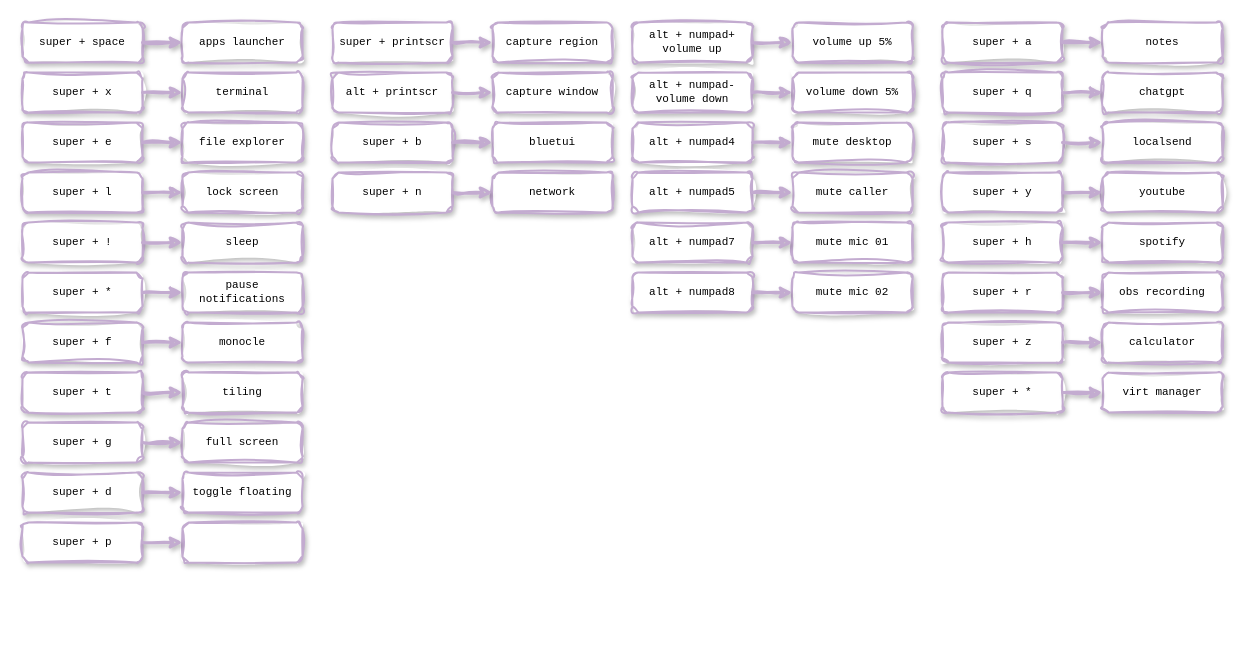
Earlier version of the draw.io diagram shortcutmap/keymap.drawio (alainpham/dwm-flexipatch). Source tidied: cells renumbered, new cells numbered last; positions are measured from the earlier drawing's top-left corner, leaving out a move shared by most shapes. Both pictures are drawn from the tidied source at 100%, with x=0, y=0 at pixel (22, 22).
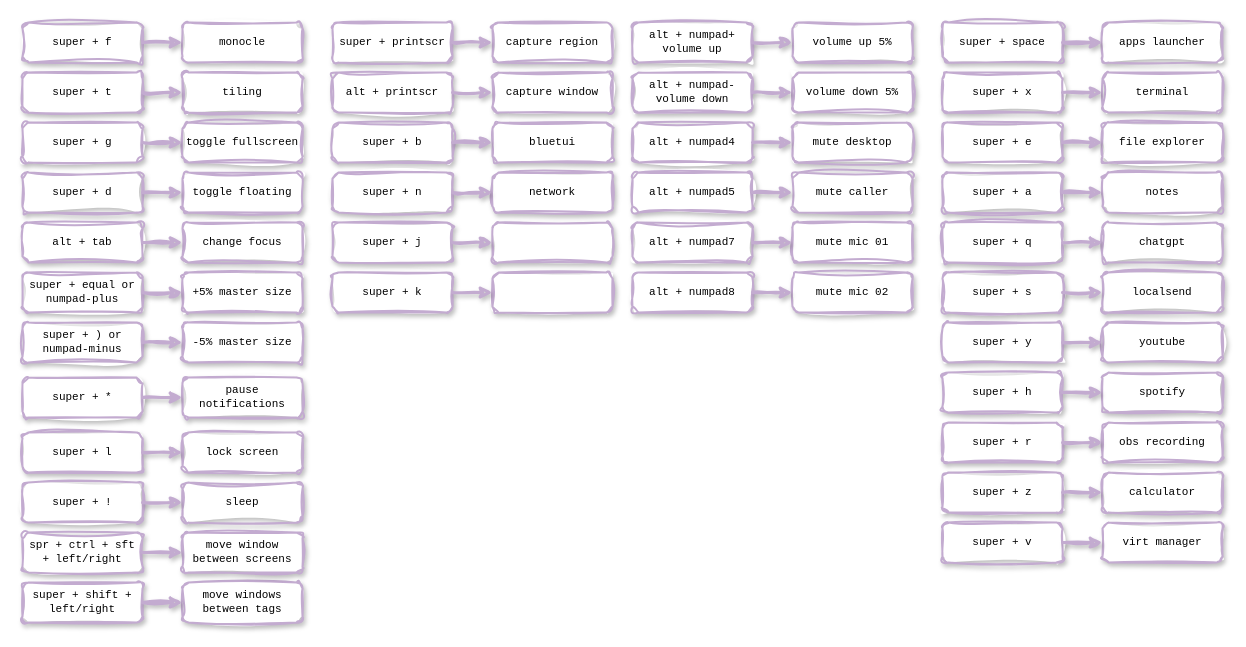
After the change.

Commit message (it also covers changes not shown here):
keymap and patches

Diff of the diagram source:
```diff
@@
     <mxCell id="2" value="super + space" style="rounded=1;whiteSpace=wrap;html=1;sketch=1;curveFitting=1;jiggle=2;glass=0;shadow=1;strokeColor=#C3ABD0;strokeWidth=2;align=center;verticalAlign=middle;fontFamily=Courier New;fontSize=11;fontColor=default;fillColor=default;" parent="1" vertex="1">
-      <mxGeometry width="120" height="40" as="geometry" />
+      <mxGeometry x="920" width="120" height="40" as="geometry" />
     </mxCell>
     <mxCell id="3" value="super + x" style="rounded=1;whiteSpace=wrap;html=1;sketch=1;curveFitting=1;jiggle=2;glass=0;shadow=1;strokeColor=#C3ABD0;strokeWidth=2;align=center;verticalAlign=middle;fontFamily=Courier New;fontSize=11;fontColor=default;fillColor=default;" parent="1" vertex="1">
-      <mxGeometry y="50" width="120" height="40" as="geometry" />
+      <mxGeometry x="920" y="50" width="120" height="40" as="geometry" />
     </mxCell>
     <mxCell id="4" value="super + e" style="rounded=1;whiteSpace=wrap;html=1;sketch=1;curveFitting=1;jiggle=2;glass=0;shadow=1;strokeColor=#C3ABD0;strokeWidth=2;align=center;verticalAlign=middle;fontFamily=Courier New;fontSize=11;fontColor=default;fillColor=default;" parent="1" vertex="1">
-      <mxGeometry y="100" width="120" height="40" as="geometry" />
+      <mxGeometry x="920" y="100" width="120" height="40" as="geometry" />
     </mxCell>
@@
     <mxCell id="7" value="apps launcher" style="whiteSpace=wrap;html=1;strokeColor=#C3ABD0;rounded=1;sketch=1;curveFitting=1;jiggle=2;glass=0;shadow=1;strokeWidth=2;fontFamily=Courier New;fontSize=11;" parent="1" vertex="1">
-      <mxGeometry x="160" width="120" height="40" as="geometry" />
+      <mxGeometry x="1080" width="120" height="40" as="geometry" />
     </mxCell>
     <mxCell id="8" value="terminal" style="whiteSpace=wrap;html=1;strokeColor=#C3ABD0;rounded=1;sketch=1;curveFitting=1;jiggle=2;glass=0;shadow=1;strokeWidth=2;fontFamily=Courier New;fontSize=11;" parent="1" vertex="1">
-      <mxGeometry x="160" y="50" width="120" height="40" as="geometry" />
+      <mxGeometry x="1080" y="50" width="120" height="40" as="geometry" />
     </mxCell>
     <mxCell id="9" value="file explorer" style="whiteSpace=wrap;html=1;strokeColor=#C3ABD0;rounded=1;sketch=1;curveFitting=1;jiggle=2;glass=0;shadow=1;strokeWidth=2;fontFamily=Courier New;fontSize=11;" parent="1" vertex="1">
-      <mxGeometry x="160" y="100" width="120" height="40" as="geometry" />
+      <mxGeometry x="1080" y="100" width="120" height="40" as="geometry" />
     </mxCell>
@@
     <mxCell id="17" value="super + r" style="rounded=1;whiteSpace=wrap;html=1;sketch=1;curveFitting=1;jiggle=2;glass=0;shadow=1;strokeColor=#C3ABD0;strokeWidth=2;align=center;verticalAlign=middle;fontFamily=Courier New;fontSize=11;fontColor=default;fillColor=default;" parent="1" vertex="1">
-      <mxGeometry x="920" y="250" width="120" height="40" as="geometry" />
+      <mxGeometry x="920" y="400" width="120" height="40" as="geometry" />
     </mxCell>
     <mxCell id="18" value="super + l" style="rounded=1;whiteSpace=wrap;html=1;sketch=1;curveFitting=1;jiggle=2;glass=0;shadow=1;strokeColor=#C3ABD0;strokeWidth=2;align=center;verticalAlign=middle;fontFamily=Courier New;fontSize=11;fontColor=default;fillColor=default;" parent="1" vertex="1">
-      <mxGeometry y="150" width="120" height="40" as="geometry" />
+      <mxGeometry y="410" width="120" height="40" as="geometry" />
     </mxCell>
     <mxCell id="19" value="obs recording" style="whiteSpace=wrap;html=1;strokeColor=#C3ABD0;rounded=1;sketch=1;curveFitting=1;jiggle=2;glass=0;shadow=1;strokeWidth=2;fontFamily=Courier New;fontSize=11;" parent="1" vertex="1">
-      <mxGeometry x="1080" y="250" width="120" height="40" as="geometry" />
+      <mxGeometry x="1080" y="400" width="120" height="40" as="geometry" />
     </mxCell>
     <mxCell id="20" value="lock screen" style="whiteSpace=wrap;html=1;strokeColor=#C3ABD0;rounded=1;sketch=1;curveFitting=1;jiggle=2;glass=0;shadow=1;strokeWidth=2;fontFamily=Courier New;fontSize=11;" parent="1" vertex="1">
-      <mxGeometry x="160" y="150" width="120" height="40" as="geometry" />
+      <mxGeometry x="160" y="410" width="120" height="40" as="geometry" />
     </mxCell>
@@
     <mxCell id="41" value="super + *" style="rounded=1;whiteSpace=wrap;html=1;sketch=1;curveFitting=1;jiggle=2;glass=0;shadow=1;strokeColor=#C3ABD0;strokeWidth=2;align=center;verticalAlign=middle;fontFamily=Courier New;fontSize=11;fontColor=default;fillColor=default;" parent="1" vertex="1">
-      <mxGeometry y="250" width="120" height="40" as="geometry" />
+      <mxGeometry y="355" width="120" height="40" as="geometry" />
     </mxCell>
     <mxCell id="42" value="super + a" style="rounded=1;whiteSpace=wrap;html=1;sketch=1;curveFitting=1;jiggle=2;glass=0;shadow=1;strokeColor=#C3ABD0;strokeWidth=2;align=center;verticalAlign=middle;fontFamily=Courier New;fontSize=11;fontColor=default;fillColor=default;" parent="1" vertex="1">
-      <mxGeometry x="920" width="120" height="40" as="geometry" />
+      <mxGeometry x="920" y="150" width="120" height="40" as="geometry" />
     </mxCell>
     <mxCell id="43" value="super + q" style="rounded=1;whiteSpace=wrap;html=1;sketch=1;curveFitting=1;jiggle=2;glass=0;shadow=1;strokeColor=#C3ABD0;strokeWidth=2;align=center;verticalAlign=middle;fontFamily=Courier New;fontSize=11;fontColor=default;fillColor=default;" parent="1" vertex="1">
-      <mxGeometry x="920" y="50" width="120" height="40" as="geometry" />
+      <mxGeometry x="920" y="200" width="120" height="40" as="geometry" />
     </mxCell>
     <mxCell id="44" value="super + s" style="rounded=1;whiteSpace=wrap;html=1;sketch=1;curveFitting=1;jiggle=2;glass=0;shadow=1;strokeColor=#C3ABD0;strokeWidth=2;align=center;verticalAlign=middle;fontFamily=Courier New;fontSize=11;fontColor=default;fillColor=default;" parent="1" vertex="1">
-      <mxGeometry x="920" y="100" width="120" height="40" as="geometry" />
+      <mxGeometry x="920" y="250" width="120" height="40" as="geometry" />
     </mxCell>
     <mxCell id="45" value="super + d" style="rounded=1;whiteSpace=wrap;html=1;sketch=1;curveFitting=1;jiggle=2;glass=0;shadow=1;strokeColor=#C3ABD0;strokeWidth=2;align=center;verticalAlign=middle;fontFamily=Courier New;fontSize=11;fontColor=default;fillColor=default;" parent="1" vertex="1">
-      <mxGeometry y="450" width="120" height="40" as="geometry" />
+      <mxGeometry y="150" width="120" height="40" as="geometry" />
     </mxCell>
     <mxCell id="46" value="super + t" style="rounded=1;whiteSpace=wrap;html=1;sketch=1;curveFitting=1;jiggle=2;glass=0;shadow=1;strokeColor=#C3ABD0;strokeWidth=2;align=center;verticalAlign=middle;fontFamily=Courier New;fontSize=11;fontColor=default;fillColor=default;" parent="1" vertex="1">
-      <mxGeometry y="350" width="120" height="40" as="geometry" />
+      <mxGeometry y="50" width="120" height="40" as="geometry" />
     </mxCell>
     <mxCell id="47" value="pause notifications" style="whiteSpace=wrap;html=1;strokeColor=#C3ABD0;rounded=1;sketch=1;curveFitting=1;jiggle=2;glass=0;shadow=1;strokeWidth=2;fontFamily=Courier New;fontSize=11;" parent="1" vertex="1">
-      <mxGeometry x="160" y="250" width="120" height="40" as="geometry" />
+      <mxGeometry x="160" y="355" width="120" height="40" as="geometry" />
     </mxCell>
     <mxCell id="48" value="notes" style="whiteSpace=wrap;html=1;strokeColor=#C3ABD0;rounded=1;sketch=1;curveFitting=1;jiggle=2;glass=0;shadow=1;strokeWidth=2;fontFamily=Courier New;fontSize=11;" parent="1" vertex="1">
-      <mxGeometry x="1080" width="120" height="40" as="geometry" />
+      <mxGeometry x="1080" y="150" width="120" height="40" as="geometry" />
     </mxCell>
     <mxCell id="49" value="chatgpt" style="whiteSpace=wrap;html=1;strokeColor=#C3ABD0;rounded=1;sketch=1;curveFitting=1;jiggle=2;glass=0;shadow=1;strokeWidth=2;fontFamily=Courier New;fontSize=11;" parent="1" vertex="1">
-      <mxGeometry x="1080" y="50" width="120" height="40" as="geometry" />
+      <mxGeometry x="1080" y="200" width="120" height="40" as="geometry" />
     </mxCell>
     <mxCell id="50" value="localsend" style="whiteSpace=wrap;html=1;strokeColor=#C3ABD0;rounded=1;sketch=1;curveFitting=1;jiggle=2;glass=0;shadow=1;strokeWidth=2;fontFamily=Courier New;fontSize=11;" parent="1" vertex="1">
-      <mxGeometry x="1080" y="100" width="120" height="40" as="geometry" />
+      <mxGeometry x="1080" y="250" width="120" height="40" as="geometry" />
     </mxCell>
     <mxCell id="51" value="toggle floating" style="whiteSpace=wrap;html=1;strokeColor=#C3ABD0;rounded=1;sketch=1;curveFitting=1;jiggle=2;glass=0;shadow=1;strokeWidth=2;fontFamily=Courier New;fontSize=11;" parent="1" vertex="1">
-      <mxGeometry x="160" y="450" width="120" height="40" as="geometry" />
+      <mxGeometry x="160" y="150" width="120" height="40" as="geometry" />
     </mxCell>
     <mxCell id="52" value="tiling" style="whiteSpace=wrap;html=1;strokeColor=#C3ABD0;rounded=1;sketch=1;curveFitting=1;jiggle=2;glass=0;shadow=1;strokeWidth=2;fontFamily=Courier New;fontSize=11;" parent="1" vertex="1">
-      <mxGeometry x="160" y="350" width="120" height="40" as="geometry" />
+      <mxGeometry x="160" y="50" width="120" height="40" as="geometry" />
     </mxCell>
@@
     <mxCell id="59" value="super + y" style="rounded=1;whiteSpace=wrap;html=1;sketch=1;curveFitting=1;jiggle=2;glass=0;shadow=1;strokeColor=#C3ABD0;strokeWidth=2;align=center;verticalAlign=middle;fontFamily=Courier New;fontSize=11;fontColor=default;fillColor=default;" parent="1" vertex="1">
-      <mxGeometry x="920" y="150" width="120" height="40" as="geometry" />
+      <mxGeometry x="920" y="300" width="120" height="40" as="geometry" />
     </mxCell>
     <mxCell id="60" value="youtube" style="whiteSpace=wrap;html=1;strokeColor=#C3ABD0;rounded=1;sketch=1;curveFitting=1;jiggle=2;glass=0;shadow=1;strokeWidth=2;fontFamily=Courier New;fontSize=11;" parent="1" vertex="1">
-      <mxGeometry x="1080" y="150" width="120" height="40" as="geometry" />
+      <mxGeometry x="1080" y="300" width="120" height="40" as="geometry" />
     </mxCell>
@@
     <mxCell id="62" value="super + h" style="rounded=1;whiteSpace=wrap;html=1;sketch=1;curveFitting=1;jiggle=2;glass=0;shadow=1;strokeColor=#C3ABD0;strokeWidth=2;align=center;verticalAlign=middle;fontFamily=Courier New;fontSize=11;fontColor=default;fillColor=default;" parent="1" vertex="1">
-      <mxGeometry x="920" y="200" width="120" height="40" as="geometry" />
+      <mxGeometry x="920" y="350" width="120" height="40" as="geometry" />
     </mxCell>
@@
     <mxCell id="64" value="spotify" style="whiteSpace=wrap;html=1;strokeColor=#C3ABD0;rounded=1;sketch=1;curveFitting=1;jiggle=2;glass=0;shadow=1;strokeWidth=2;fontFamily=Courier New;fontSize=11;" parent="1" vertex="1">
-      <mxGeometry x="1080" y="200" width="120" height="40" as="geometry" />
+      <mxGeometry x="1080" y="350" width="120" height="40" as="geometry" />
     </mxCell>
@@
     <mxCell id="71" value="super + z" style="rounded=1;whiteSpace=wrap;html=1;sketch=1;curveFitting=1;jiggle=2;glass=0;shadow=1;strokeColor=#C3ABD0;strokeWidth=2;align=center;verticalAlign=middle;fontFamily=Courier New;fontSize=11;fontColor=default;fillColor=default;" parent="1" vertex="1">
-      <mxGeometry x="920" y="300" width="120" height="40" as="geometry" />
+      <mxGeometry x="920" y="450" width="120" height="40" as="geometry" />
     </mxCell>
     <mxCell id="72" value="calculator" style="whiteSpace=wrap;html=1;strokeColor=#C3ABD0;rounded=1;sketch=1;curveFitting=1;jiggle=2;glass=0;shadow=1;strokeWidth=2;fontFamily=Courier New;fontSize=11;" parent="1" vertex="1">
-      <mxGeometry x="1080" y="300" width="120" height="40" as="geometry" />
+      <mxGeometry x="1080" y="450" width="120" height="40" as="geometry" />
     </mxCell>
@@
-    <mxCell id="74" value="super + *" style="rounded=1;whiteSpace=wrap;html=1;sketch=1;curveFitting=1;jiggle=2;glass=0;shadow=1;strokeColor=#C3ABD0;strokeWidth=2;align=center;verticalAlign=middle;fontFamily=Courier New;fontSize=11;fontColor=default;fillColor=default;" parent="1" vertex="1">
-      <mxGeometry x="920" y="350" width="120" height="40" as="geometry" />
+    <mxCell id="74" value="super + v" style="rounded=1;whiteSpace=wrap;html=1;sketch=1;curveFitting=1;jiggle=2;glass=0;shadow=1;strokeColor=#C3ABD0;strokeWidth=2;align=center;verticalAlign=middle;fontFamily=Courier New;fontSize=11;fontColor=default;fillColor=default;" parent="1" vertex="1">
+      <mxGeometry x="920" y="500" width="120" height="40" as="geometry" />
     </mxCell>
     <mxCell id="75" value="virt manager" style="whiteSpace=wrap;html=1;strokeColor=#C3ABD0;rounded=1;sketch=1;curveFitting=1;jiggle=2;glass=0;shadow=1;strokeWidth=2;fontFamily=Courier New;fontSize=11;" parent="1" vertex="1">
-      <mxGeometry x="1080" y="350" width="120" height="40" as="geometry" />
+      <mxGeometry x="1080" y="500" width="120" height="40" as="geometry" />
     </mxCell>
@@
-    <mxCell id="77" value="super + p" style="rounded=1;whiteSpace=wrap;html=1;sketch=1;curveFitting=1;jiggle=2;glass=0;shadow=1;strokeColor=#C3ABD0;strokeWidth=2;align=center;verticalAlign=middle;fontFamily=Courier New;fontSize=11;fontColor=default;fillColor=default;" parent="1" vertex="1">
-      <mxGeometry y="500" width="120" height="40" as="geometry" />
+    <mxCell id="77" value="super + k" style="rounded=1;whiteSpace=wrap;html=1;sketch=1;curveFitting=1;jiggle=2;glass=0;shadow=1;strokeColor=#C3ABD0;strokeWidth=2;align=center;verticalAlign=middle;fontFamily=Courier New;fontSize=11;fontColor=default;fillColor=default;" parent="1" vertex="1">
+      <mxGeometry x="310" y="250" width="120" height="40" as="geometry" />
     </mxCell>
     <mxCell id="78" style="whiteSpace=wrap;html=1;strokeColor=#C3ABD0;rounded=1;sketch=1;curveFitting=1;jiggle=2;glass=0;shadow=1;strokeWidth=2;fontFamily=Courier New;fontSize=11;" parent="1" vertex="1">
-      <mxGeometry x="160" y="500" width="120" height="40" as="geometry" />
+      <mxGeometry x="470" y="250" width="120" height="40" as="geometry" />
     </mxCell>
@@
     <mxCell id="80" value="super + f" style="rounded=1;whiteSpace=wrap;html=1;sketch=1;curveFitting=1;jiggle=2;glass=0;shadow=1;strokeColor=#C3ABD0;strokeWidth=2;align=center;verticalAlign=middle;fontFamily=Courier New;fontSize=11;fontColor=default;fillColor=default;" parent="1" vertex="1">
-      <mxGeometry y="300" width="120" height="40" as="geometry" />
+      <mxGeometry width="120" height="40" as="geometry" />
     </mxCell>
     <mxCell id="81" value="monocle" style="whiteSpace=wrap;html=1;strokeColor=#C3ABD0;rounded=1;sketch=1;curveFitting=1;jiggle=2;glass=0;shadow=1;strokeWidth=2;fontFamily=Courier New;fontSize=11;" parent="1" vertex="1">
-      <mxGeometry x="160" y="300" width="120" height="40" as="geometry" />
+      <mxGeometry x="160" width="120" height="40" as="geometry" />
     </mxCell>
@@
     <mxCell id="83" value="super + !" style="rounded=1;whiteSpace=wrap;html=1;sketch=1;curveFitting=1;jiggle=2;glass=0;shadow=1;strokeColor=#C3ABD0;strokeWidth=2;align=center;verticalAlign=middle;fontFamily=Courier New;fontSize=11;fontColor=default;fillColor=default;" parent="1" vertex="1">
-      <mxGeometry y="200" width="120" height="40" as="geometry" />
+      <mxGeometry y="460" width="120" height="40" as="geometry" />
     </mxCell>
     <mxCell id="84" value="sleep" style="whiteSpace=wrap;html=1;strokeColor=#C3ABD0;rounded=1;sketch=1;curveFitting=1;jiggle=2;glass=0;shadow=1;strokeWidth=2;fontFamily=Courier New;fontSize=11;" parent="1" vertex="1">
-      <mxGeometry x="160" y="200" width="120" height="40" as="geometry" />
+      <mxGeometry x="160" y="460" width="120" height="40" as="geometry" />
     </mxCell>
@@
     <mxCell id="86" value="super + g" style="rounded=1;whiteSpace=wrap;html=1;sketch=1;curveFitting=1;jiggle=2;glass=0;shadow=1;strokeColor=#C3ABD0;strokeWidth=2;align=center;verticalAlign=middle;fontFamily=Courier New;fontSize=11;fontColor=default;fillColor=default;" parent="1" vertex="1">
-      <mxGeometry y="400" width="120" height="40" as="geometry" />
+      <mxGeometry y="100" width="120" height="40" as="geometry" />
     </mxCell>
-    <mxCell id="87" value="full screen" style="whiteSpace=wrap;html=1;strokeColor=#C3ABD0;rounded=1;sketch=1;curveFitting=1;jiggle=2;glass=0;shadow=1;strokeWidth=2;fontFamily=Courier New;fontSize=11;" parent="1" vertex="1">
-      <mxGeometry x="160" y="400" width="120" height="40" as="geometry" />
+    <mxCell id="87" value="toggle fullscreen" style="whiteSpace=wrap;html=1;strokeColor=#C3ABD0;rounded=1;sketch=1;curveFitting=1;jiggle=2;glass=0;shadow=1;strokeWidth=2;fontFamily=Courier New;fontSize=11;" parent="1" vertex="1">
+      <mxGeometry x="160" y="100" width="120" height="40" as="geometry" />
     </mxCell>
@@
+    <mxCell id="89" value="alt + tab" style="rounded=1;whiteSpace=wrap;html=1;sketch=1;curveFitting=1;jiggle=2;glass=0;shadow=1;strokeColor=#C3ABD0;strokeWidth=2;align=center;verticalAlign=middle;fontFamily=Courier New;fontSize=11;fontColor=default;fillColor=default;" parent="1" vertex="1">
+      <mxGeometry y="200" width="120" height="40" as="geometry" />
+    </mxCell>
+    <mxCell id="90" value="change focus" style="whiteSpace=wrap;html=1;strokeColor=#C3ABD0;rounded=1;sketch=1;curveFitting=1;jiggle=2;glass=0;shadow=1;strokeWidth=2;fontFamily=Courier New;fontSize=11;" parent="1" vertex="1">
+      <mxGeometry x="160" y="200" width="120" height="40" as="geometry" />
+    </mxCell>
+    <mxCell id="91" style="endArrow=classic;html=1;rounded=0;shadow=1;sketch=1;jiggle=2;curveFitting=1;strokeColor=#C3ABD0;strokeWidth=3;align=center;verticalAlign=middle;fontFamily=Courier New;fontSize=11;fontColor=default;labelBackgroundColor=default;edgeStyle=orthogonalEdgeStyle;flowAnimation=0;" parent="1" edge="1" source="89" target="90">
+      <mxGeometry relative="1" as="geometry" />
+    </mxCell>
+    <mxCell id="92" value="super + j" style="rounded=1;whiteSpace=wrap;html=1;sketch=1;curveFitting=1;jiggle=2;glass=0;shadow=1;strokeColor=#C3ABD0;strokeWidth=2;align=center;verticalAlign=middle;fontFamily=Courier New;fontSize=11;fontColor=default;fillColor=default;" parent="1" vertex="1">
+      <mxGeometry x="310" y="200" width="120" height="40" as="geometry" />
+    </mxCell>
+    <mxCell id="93" style="whiteSpace=wrap;html=1;strokeColor=#C3ABD0;rounded=1;sketch=1;curveFitting=1;jiggle=2;glass=0;shadow=1;strokeWidth=2;fontFamily=Courier New;fontSize=11;" parent="1" vertex="1">
+      <mxGeometry x="470" y="200" width="120" height="40" as="geometry" />
+    </mxCell>
+    <mxCell id="94" style="endArrow=classic;html=1;rounded=0;shadow=1;sketch=1;jiggle=2;curveFitting=1;strokeColor=#C3ABD0;strokeWidth=3;align=center;verticalAlign=middle;fontFamily=Courier New;fontSize=11;fontColor=default;labelBackgroundColor=default;edgeStyle=orthogonalEdgeStyle;flowAnimation=0;" parent="1" edge="1" source="92" target="93">
+      <mxGeometry relative="1" as="geometry" />
+    </mxCell>
+    <mxCell id="95" value="super + ) or numpad-minus" style="rounded=1;whiteSpace=wrap;html=1;sketch=1;curveFitting=1;jiggle=2;glass=0;shadow=1;strokeColor=#C3ABD0;strokeWidth=2;align=center;verticalAlign=middle;fontFamily=Courier New;fontSize=11;fontColor=default;fillColor=default;" parent="1" vertex="1">
+      <mxGeometry y="300" width="120" height="40" as="geometry" />
+    </mxCell>
+    <mxCell id="96" value="-5% master size" style="whiteSpace=wrap;html=1;strokeColor=#C3ABD0;rounded=1;sketch=1;curveFitting=1;jiggle=2;glass=0;shadow=1;strokeWidth=2;fontFamily=Courier New;fontSize=11;" parent="1" vertex="1">
+      <mxGeometry x="160" y="300" width="120" height="40" as="geometry" />
+    </mxCell>
+    <mxCell id="97" style="endArrow=classic;html=1;rounded=0;shadow=1;sketch=1;jiggle=2;curveFitting=1;strokeColor=#C3ABD0;strokeWidth=3;align=center;verticalAlign=middle;fontFamily=Courier New;fontSize=11;fontColor=default;labelBackgroundColor=default;edgeStyle=orthogonalEdgeStyle;flowAnimation=0;" parent="1" edge="1" source="95" target="96">
+      <mxGeometry relative="1" as="geometry" />
+    </mxCell>
+    <mxCell id="98" value="super + equal or numpad-plus" style="rounded=1;whiteSpace=wrap;html=1;sketch=1;curveFitting=1;jiggle=2;glass=0;shadow=1;strokeColor=#C3ABD0;strokeWidth=2;align=center;verticalAlign=middle;fontFamily=Courier New;fontSize=11;fontColor=default;fillColor=default;" parent="1" vertex="1">
+      <mxGeometry y="250" width="120" height="40" as="geometry" />
+    </mxCell>
+    <mxCell id="99" value="+5% master size" style="whiteSpace=wrap;html=1;strokeColor=#C3ABD0;rounded=1;sketch=1;curveFitting=1;jiggle=2;glass=0;shadow=1;strokeWidth=2;fontFamily=Courier New;fontSize=11;" parent="1" vertex="1">
+      <mxGeometry x="160" y="250" width="120" height="40" as="geometry" />
+    </mxCell>
+    <mxCell id="100" style="endArrow=classic;html=1;rounded=0;shadow=1;sketch=1;jiggle=2;curveFitting=1;strokeColor=#C3ABD0;strokeWidth=3;align=center;verticalAlign=middle;fontFamily=Courier New;fontSize=11;fontColor=default;labelBackgroundColor=default;edgeStyle=orthogonalEdgeStyle;flowAnimation=0;" parent="1" edge="1" source="98" target="99">
+      <mxGeometry relative="1" as="geometry" />
+    </mxCell>
+    <mxCell id="101" value="super + shift + left/right" style="rounded=1;whiteSpace=wrap;html=1;sketch=1;curveFitting=1;jiggle=2;glass=0;shadow=1;strokeColor=#C3ABD0;strokeWidth=2;align=center;verticalAlign=middle;fontFamily=Courier New;fontSize=11;fontColor=default;fillColor=default;" parent="1" vertex="1">
+      <mxGeometry y="560" width="120" height="40" as="geometry" />
+    </mxCell>
+    <mxCell id="102" value="move windows between tags" style="whiteSpace=wrap;html=1;strokeColor=#C3ABD0;rounded=1;sketch=1;curveFitting=1;jiggle=2;glass=0;shadow=1;strokeWidth=2;fontFamily=Courier New;fontSize=11;" parent="1" vertex="1">
+      <mxGeometry x="160" y="560" width="120" height="40" as="geometry" />
+    </mxCell>
+    <mxCell id="103" style="endArrow=classic;html=1;rounded=0;shadow=1;sketch=1;jiggle=2;curveFitting=1;strokeColor=#C3ABD0;strokeWidth=3;align=center;verticalAlign=middle;fontFamily=Courier New;fontSize=11;fontColor=default;labelBackgroundColor=default;edgeStyle=orthogonalEdgeStyle;flowAnimation=0;" parent="1" edge="1" source="101" target="102">
+      <mxGeometry relative="1" as="geometry" />
+    </mxCell>
+    <mxCell id="104" value="spr + ctrl + sft + left/right" style="rounded=1;whiteSpace=wrap;html=1;sketch=1;curveFitting=1;jiggle=2;glass=0;shadow=1;strokeColor=#C3ABD0;strokeWidth=2;align=center;verticalAlign=middle;fontFamily=Courier New;fontSize=11;fontColor=default;fillColor=default;" parent="1" vertex="1">
+      <mxGeometry y="510" width="120" height="40" as="geometry" />
+    </mxCell>
+    <mxCell id="105" value="move window between screens" style="whiteSpace=wrap;html=1;strokeColor=#C3ABD0;rounded=1;sketch=1;curveFitting=1;jiggle=2;glass=0;shadow=1;strokeWidth=2;fontFamily=Courier New;fontSize=11;" parent="1" vertex="1">
+      <mxGeometry x="160" y="510" width="120" height="40" as="geometry" />
+    </mxCell>
+    <mxCell id="106" style="endArrow=classic;html=1;rounded=0;shadow=1;sketch=1;jiggle=2;curveFitting=1;strokeColor=#C3ABD0;strokeWidth=3;align=center;verticalAlign=middle;fontFamily=Courier New;fontSize=11;fontColor=default;labelBackgroundColor=default;edgeStyle=orthogonalEdgeStyle;flowAnimation=0;" parent="1" edge="1" source="104" target="105">
+      <mxGeometry relative="1" as="geometry" />
+    </mxCell>
```
